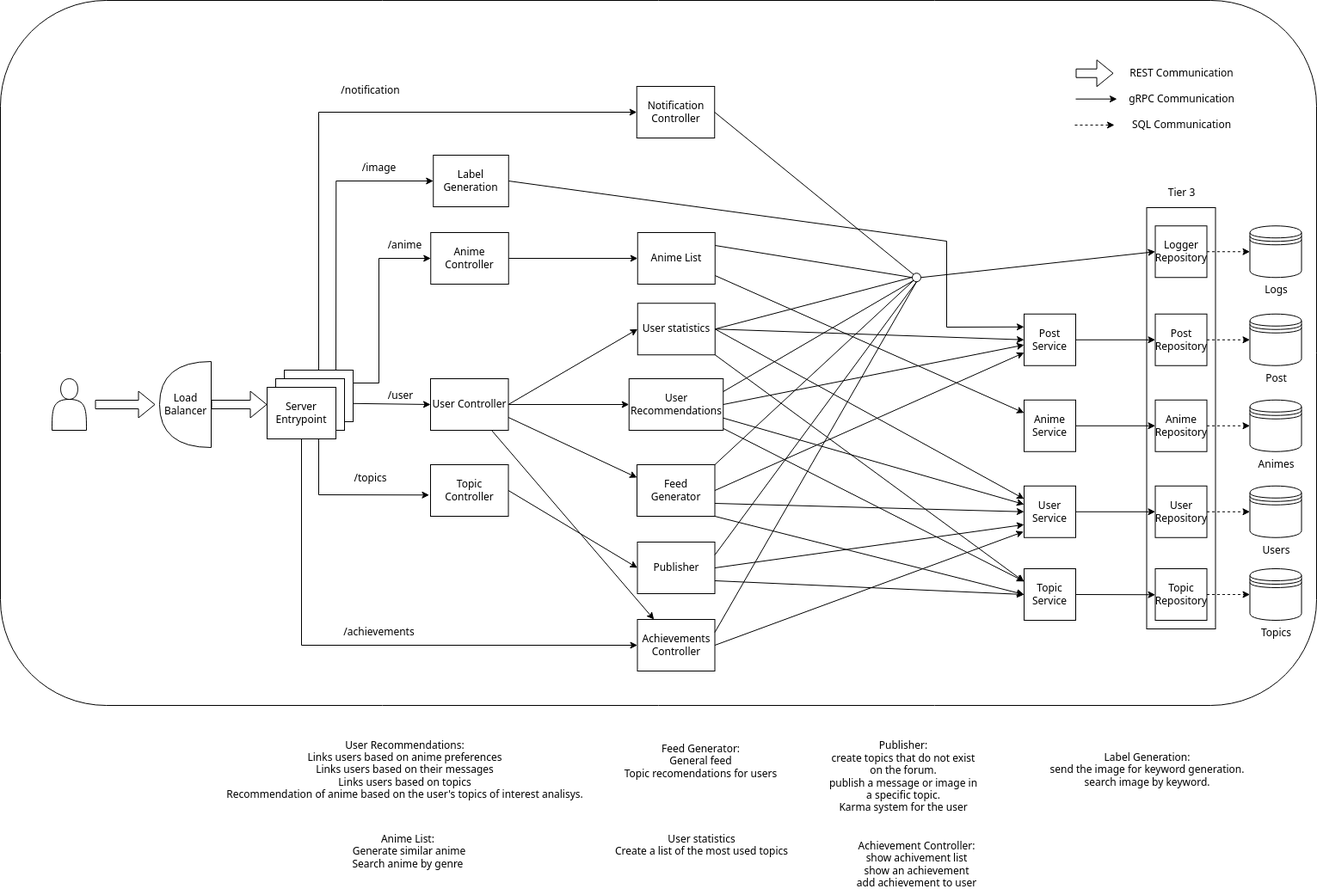
Above: draw.png in GoncaloP0710/Ani-F0rum (draw.io), before the change. Source tidied: cells renumbered, new cells last; positions are measured from the earlier drawing's top-left corner, leaving out a move shared by most shapes.
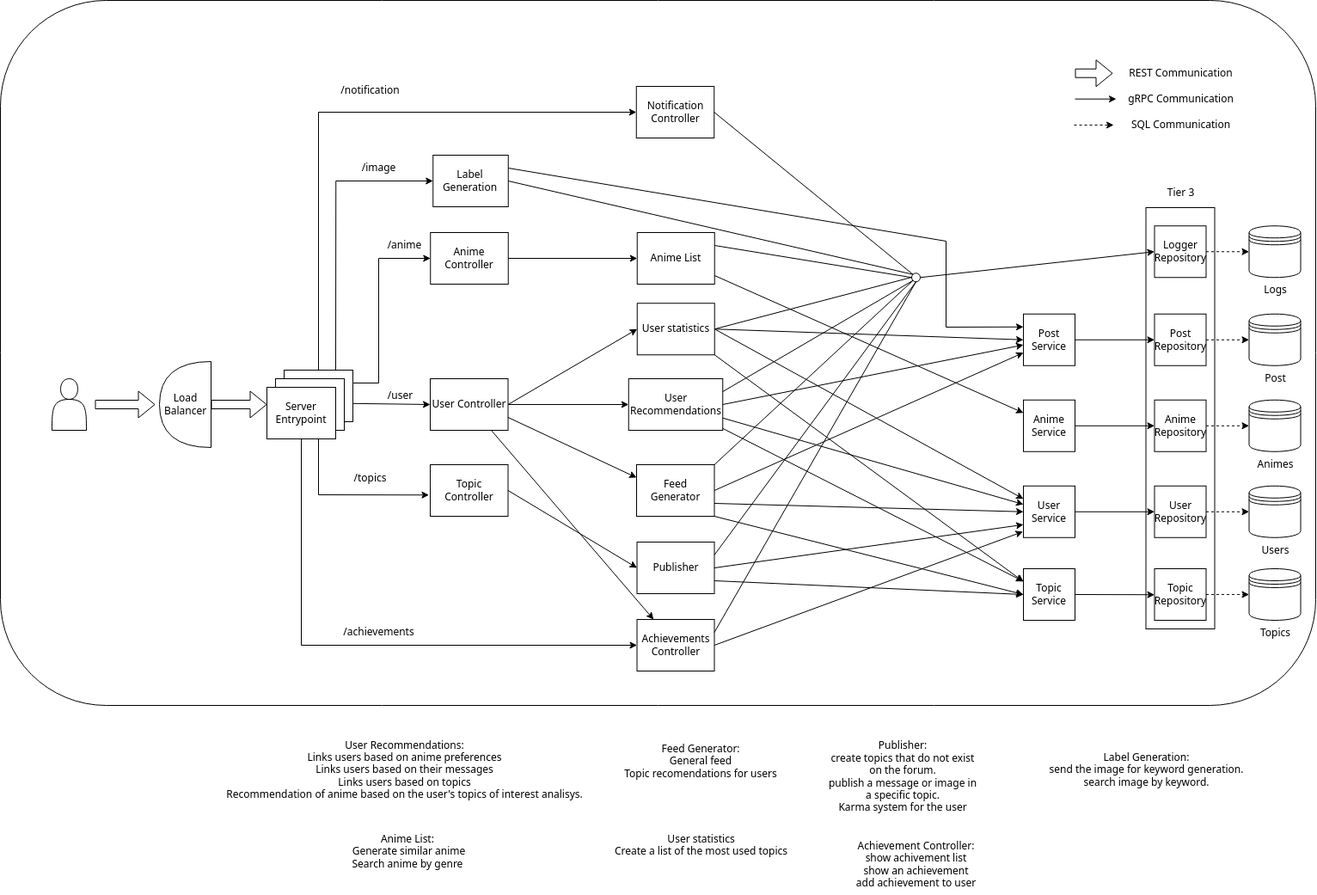
Above is the later version.

Change to the diagram source:
```diff
@@ -92,7 +92,7 @@
     <mxCell id="31" value="Topic&lt;br&gt;Service" style="rounded=0;whiteSpace=wrap;html=1;" parent="1" vertex="1">
       <mxGeometry x="1190" y="661" width="60" height="60" as="geometry" />
     </mxCell>
-    <mxCell id="32" style="endArrow=classic;html=1;entryX=0;entryY=0.25;entryDx=0;entryDy=0;exitX=1;exitY=0.5;exitDx=0;exitDy=0;rounded=0;curved=0;" parent="1" edge="1" source="23" target="27">
+    <mxCell id="32" style="endArrow=classic;html=1;entryX=0;entryY=0.25;entryDx=0;entryDy=0;exitX=1;exitY=0.25;exitDx=0;exitDy=0;rounded=0;curved=0;" parent="1" edge="1" source="23" target="27">
       <mxGeometry relative="1" as="geometry">
         <Array as="points">
           <mxPoint x="1100" y="280" />
@@ -358,5 +358,8 @@
     <mxCell id="105" style="endArrow=none;html=1;entryX=0;entryY=1;entryDx=0;entryDy=0;exitX=1;exitY=0;exitDx=0;exitDy=0;" parent="1" edge="1" source="39" target="69">
       <mxGeometry relative="1" as="geometry" />
     </mxCell>
+    <mxCell id="106" style="endArrow=none;html=1;entryX=0;entryY=0;entryDx=0;entryDy=0;exitX=1;exitY=0.5;exitDx=0;exitDy=0;" parent="1" edge="1" source="23" target="69">
+      <mxGeometry relative="1" as="geometry" />
+    </mxCell>
   </root>
 </mxGraphModel>
```
